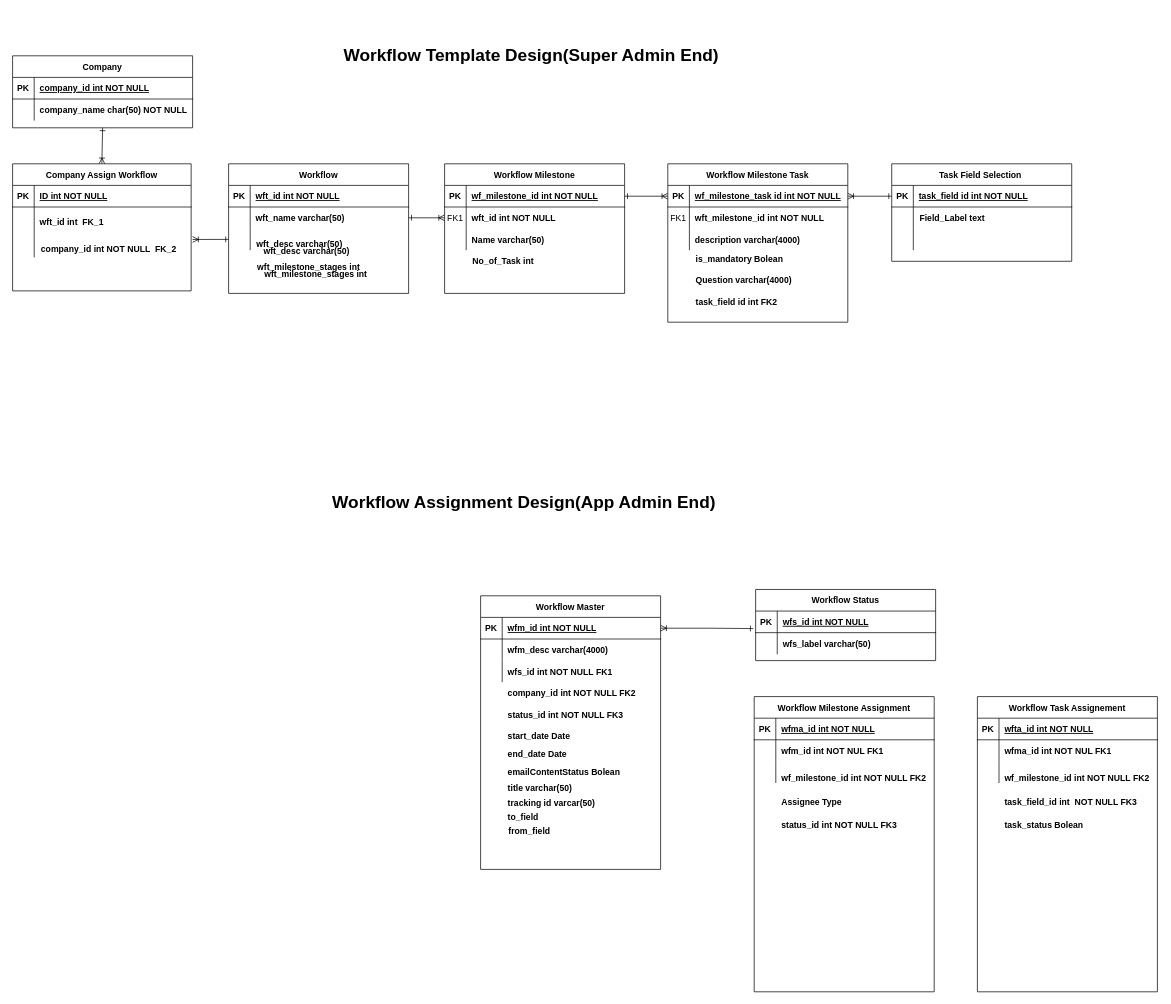
This is ID_Workflow.drawio from umerpaknamal/12PythonProjects, a draw.io file, before an edit. Source tidied: cells renumbered, new cells numbered last; positions are measured from the earlier drawing's top-left corner, leaving out a move shared by most shapes. Both pictures are drawn from the tidied source at 72%, with x=0, y=0 at pixel (12, 12).
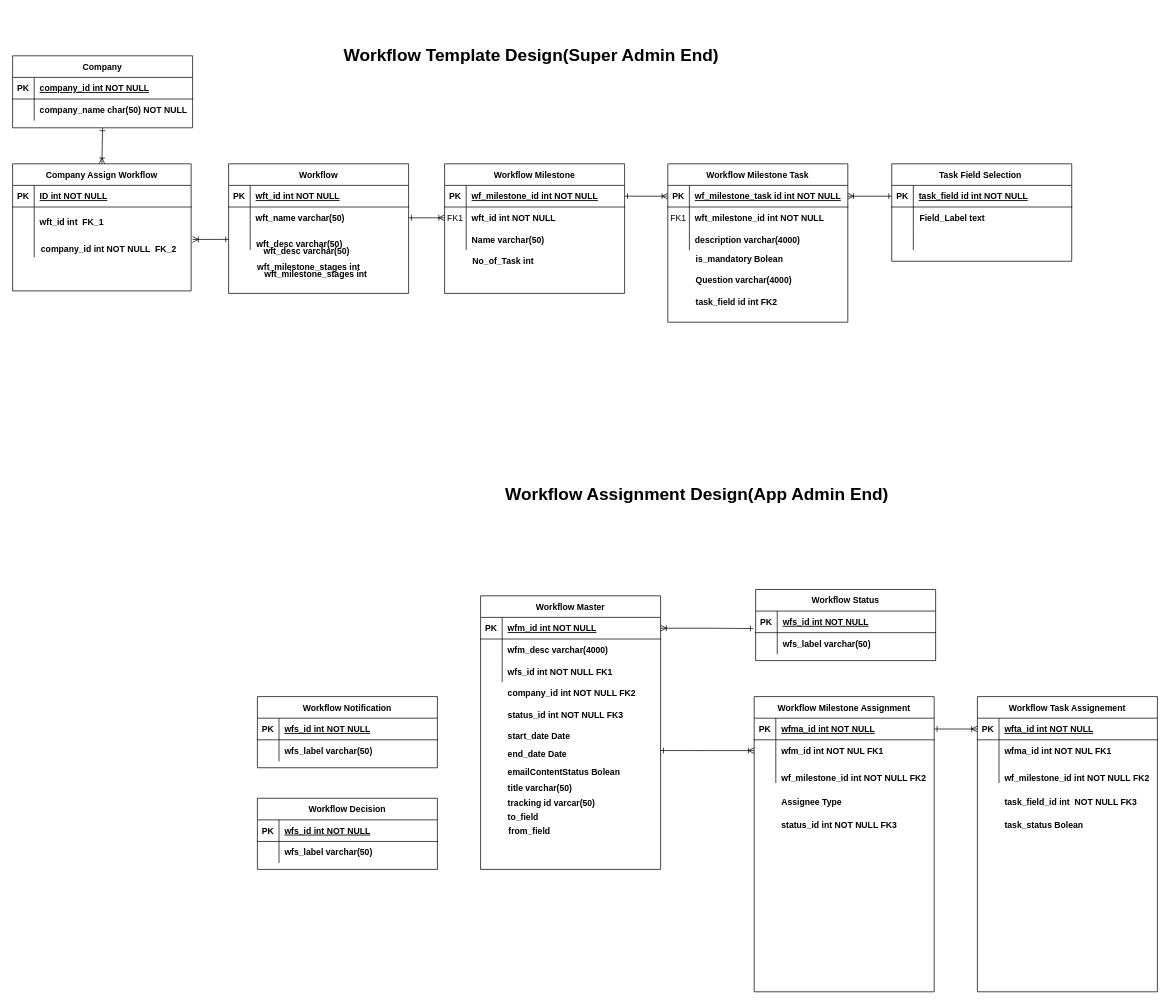
The same page after the edit.

The change refers to these unchanged cells:
```xml
<mxCell id="116" style="group;" parent="1" vertex="1">
  <mxGeometry x="1030" y="950" width="251" height="410" as="geometry" />
</mxCell>
<mxCell id="118" style="shape=partialRectangle;fillColor=none;points=[[0,0.5],[1,0.5]];portConstraint=eastwest;top=0;left=0;right=0;bottom=1;" parent="117" vertex="1">
  <mxGeometry y="30" width="250" height="30" as="geometry" />
</mxCell>
<mxCell id="121" style="shape=partialRectangle;fillColor=none;points=[[0,0.5],[1,0.5]];portConstraint=eastwest;top=0;left=0;right=0;bottom=0;" parent="117" vertex="1">
  <mxGeometry y="60" width="250" height="30" as="geometry" />
</mxCell>
<mxCell id="133" style="shape=partialRectangle;fillColor=none;points=[[0,0.5],[1,0.5]];portConstraint=eastwest;top=0;left=0;right=0;bottom=1;" parent="132" vertex="1">
  <mxGeometry y="30" width="250" height="30" as="geometry" />
</mxCell>
```

What changed in the source:
```diff
@@
+    <mxCell id="146" style="edgeStyle=orthogonalEdgeStyle;rounded=0;jettySize=auto;html=1;exitX=0;exitY=0.5;exitDx=0;exitDy=0;startArrow=ERoneToMany;startFill=0;endArrow=ERone;endFill=0;" parent="116" edge="1" source="121">
+      <mxGeometry relative="1" as="geometry">
+        <mxPoint x="-130" y="74.9" as="targetPoint" />
+      </mxGeometry>
+    </mxCell>
     <mxCell id="130" value="Workflow Assignment Design(App Admin End)" style="text;strokeColor=none;fillColor=none;html=1;fontSize=24;fontStyle=1;verticalAlign=middle;align=center;" parent="1" vertex="1">
-      <mxGeometry x="430" y="620" width="560" height="120" as="geometry" />
+      <mxGeometry x="670" y="610" width="560" height="120" as="geometry" />
     </mxCell>
@@
+    <mxCell id="147" style="edgeStyle=orthogonalEdgeStyle;rounded=0;jettySize=auto;html=1;exitX=1;exitY=0.5;exitDx=0;exitDy=0;entryX=0;entryY=0.5;entryDx=0;entryDy=0;endArrow=ERoneToMany;endFill=0;startArrow=ERone;startFill=0;" parent="1" edge="1" source="118" target="133">
+      <mxGeometry relative="1" as="geometry" />
+    </mxCell>
+    <mxCell id="148" value="Workflow Notification" style="shape=table;startSize=30;childLayout=tableLayout;rowLines=0;fontStyle=1;align=center;" parent="1" vertex="1">
+      <mxGeometry x="340" y="950" width="250" height="98.8" as="geometry" />
+    </mxCell>
+    <mxCell id="149" style="shape=partialRectangle;fillColor=none;top=0;left=0;right=0;bottom=1;" parent="148" vertex="1">
+      <mxGeometry y="30" width="250" height="30" as="geometry" />
+    </mxCell>
+    <mxCell id="150" value="PK" style="shape=partialRectangle;overflow=hidden;fillColor=none;top=0;left=0;bottom=0;right=0;fontStyle=1;" parent="149" vertex="1">
+      <mxGeometry width="30" height="30" as="geometry" />
+    </mxCell>
+    <mxCell id="151" value="wfs_id int NOT NULL " style="shape=partialRectangle;overflow=hidden;fillColor=none;top=0;left=0;bottom=0;right=0;align=left;spacingLeft=6;fontStyle=5;" parent="149" vertex="1">
+      <mxGeometry x="30" width="220" height="30" as="geometry" />
+    </mxCell>
+    <mxCell id="152" style="shape=partialRectangle;fillColor=none;top=0;left=0;right=0;bottom=0;" parent="148" vertex="1">
+      <mxGeometry y="60" width="250" height="30" as="geometry" />
+    </mxCell>
+    <mxCell id="153" style="shape=partialRectangle;overflow=hidden;fillColor=none;top=0;left=0;bottom=0;right=0;" parent="152" vertex="1">
+      <mxGeometry width="30" height="30" as="geometry" />
+    </mxCell>
+    <mxCell id="154" value="wfs_label varchar(50)" style="shape=partialRectangle;overflow=hidden;fillColor=none;top=0;left=0;bottom=0;right=0;align=left;spacingLeft=6;fontStyle=1;" parent="152" vertex="1">
+      <mxGeometry x="30" width="220" height="30" as="geometry" />
+    </mxCell>
+    <mxCell id="155" value="Workflow Decision" style="shape=table;startSize=30;childLayout=tableLayout;rowLines=0;fontStyle=1;align=center;" parent="1" vertex="1">
+      <mxGeometry x="340" y="1091.2" width="250" height="98.8" as="geometry" />
+    </mxCell>
+    <mxCell id="156" style="shape=partialRectangle;fillColor=none;top=0;left=0;right=0;bottom=1;" parent="155" vertex="1">
+      <mxGeometry y="30" width="250" height="30" as="geometry" />
+    </mxCell>
+    <mxCell id="157" value="PK" style="shape=partialRectangle;overflow=hidden;fillColor=none;top=0;left=0;bottom=0;right=0;fontStyle=1;" parent="156" vertex="1">
+      <mxGeometry width="30" height="30" as="geometry" />
+    </mxCell>
+    <mxCell id="158" value="wfs_id int NOT NULL " style="shape=partialRectangle;overflow=hidden;fillColor=none;top=0;left=0;bottom=0;right=0;align=left;spacingLeft=6;fontStyle=5;" parent="156" vertex="1">
+      <mxGeometry x="30" width="220" height="30" as="geometry" />
+    </mxCell>
+    <mxCell id="159" style="shape=partialRectangle;fillColor=none;top=0;left=0;right=0;bottom=0;" parent="155" vertex="1">
+      <mxGeometry y="60" width="250" height="30" as="geometry" />
+    </mxCell>
+    <mxCell id="160" style="shape=partialRectangle;overflow=hidden;fillColor=none;top=0;left=0;bottom=0;right=0;" parent="159" vertex="1">
+      <mxGeometry width="30" height="30" as="geometry" />
+    </mxCell>
+    <mxCell id="161" value="wfs_label varchar(50)" style="shape=partialRectangle;overflow=hidden;fillColor=none;top=0;left=0;bottom=0;right=0;align=left;spacingLeft=6;fontStyle=1;" parent="159" vertex="1">
+      <mxGeometry x="30" width="220" height="30" as="geometry" />
+    </mxCell>
```
